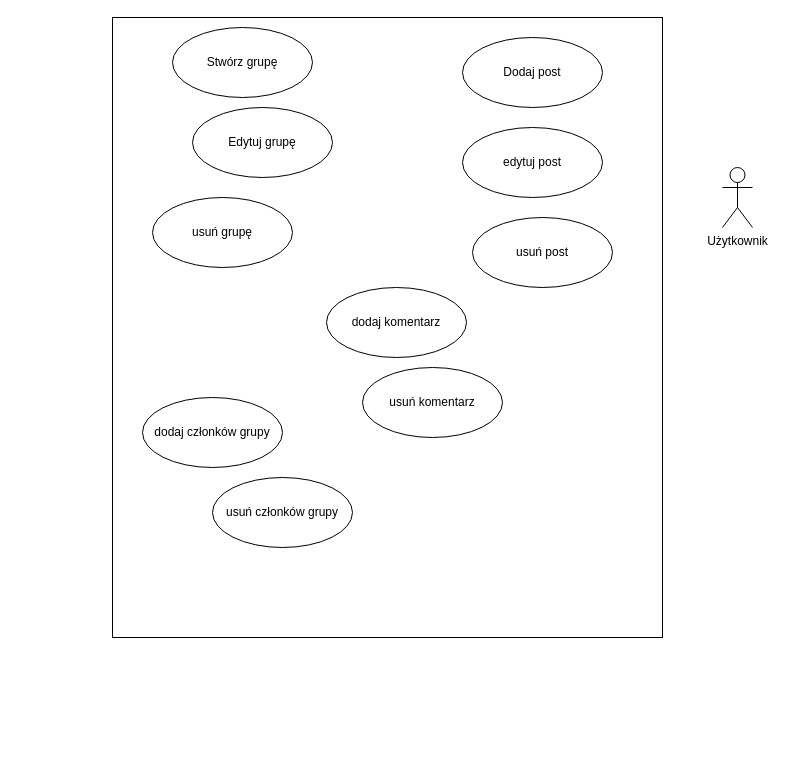
Above: page "Przypadki użycia grupy posty" (3 of 4) of mwo_lokalni_app.drawio in Haltie13/lokalni_app (draw.io), before the change. Source tidied: cells renumbered, new cells numbered last; positions are measured from the earlier drawing's top-left corner, leaving out a move shared by most shapes. Both pictures are drawn from the tidied source at 100%, with x=0, y=0 at pixel (112, 17).
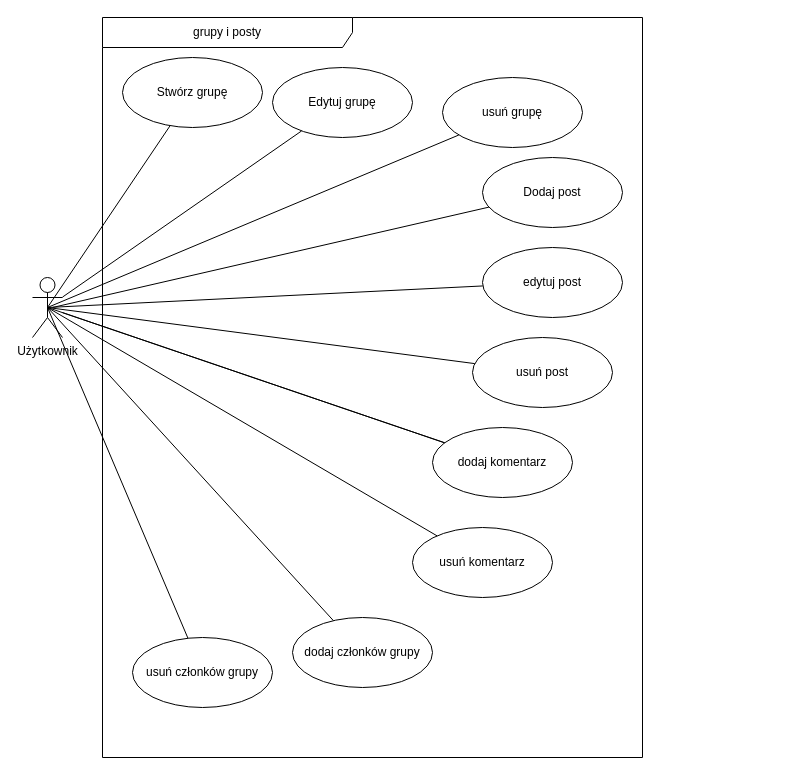
After the change.

Change to the diagram source:
```diff
@@
-    <mxCell id="2" style="rounded=0;whiteSpace=wrap;html=1;" parent="1" vertex="1">
-      <mxGeometry width="550" height="620" as="geometry" />
-    </mxCell>
     <mxCell id="3" value="Użytkownik" style="shape=umlActor;verticalLabelPosition=bottom;verticalAlign=top;html=1;outlineConnect=0;" parent="1" vertex="1">
-      <mxGeometry x="610" y="150" width="30" height="60" as="geometry" />
+      <mxGeometry x="-80" y="260" width="30" height="60" as="geometry" />
     </mxCell>
     <mxCell id="4" value="Stwórz grupę" style="ellipse;whiteSpace=wrap;html=1;" parent="1" vertex="1">
-      <mxGeometry x="60" y="10" width="140" height="70" as="geometry" />
+      <mxGeometry x="10" y="40" width="140" height="70" as="geometry" />
     </mxCell>
     <mxCell id="5" value="Edytuj grupę" style="ellipse;whiteSpace=wrap;html=1;" parent="1" vertex="1">
-      <mxGeometry x="80" y="90" width="140" height="70" as="geometry" />
+      <mxGeometry x="160" y="50" width="140" height="70" as="geometry" />
     </mxCell>
     <mxCell id="6" value="usuń grupę" style="ellipse;whiteSpace=wrap;html=1;" parent="1" vertex="1">
-      <mxGeometry x="40" y="180" width="140" height="70" as="geometry" />
+      <mxGeometry x="330" y="60" width="140" height="70" as="geometry" />
     </mxCell>
     <mxCell id="7" value="Dodaj post" style="ellipse;whiteSpace=wrap;html=1;" parent="1" vertex="1">
-      <mxGeometry x="350" y="20" width="140" height="70" as="geometry" />
+      <mxGeometry x="370" y="140" width="140" height="70" as="geometry" />
     </mxCell>
     <mxCell id="8" value="edytuj post" style="ellipse;whiteSpace=wrap;html=1;" parent="1" vertex="1">
-      <mxGeometry x="350" y="110" width="140" height="70" as="geometry" />
+      <mxGeometry x="370" y="230" width="140" height="70" as="geometry" />
     </mxCell>
     <mxCell id="9" value="usuń post" style="ellipse;whiteSpace=wrap;html=1;" parent="1" vertex="1">
-      <mxGeometry x="360" y="200" width="140" height="70" as="geometry" />
+      <mxGeometry x="360" y="320" width="140" height="70" as="geometry" />
     </mxCell>
     <mxCell id="10" value="dodaj komentarz" style="ellipse;whiteSpace=wrap;html=1;" parent="1" vertex="1">
-      <mxGeometry x="214" y="270" width="140" height="70" as="geometry" />
+      <mxGeometry x="320" y="410" width="140" height="70" as="geometry" />
     </mxCell>
     <mxCell id="11" value="usuń komentarz" style="ellipse;whiteSpace=wrap;html=1;" parent="1" vertex="1">
-      <mxGeometry x="250" y="350" width="140" height="70" as="geometry" />
+      <mxGeometry x="300" y="510" width="140" height="70" as="geometry" />
     </mxCell>
     <mxCell id="12" value="dodaj członków grupy" style="ellipse;whiteSpace=wrap;html=1;" parent="1" vertex="1">
-      <mxGeometry x="30" y="380" width="140" height="70" as="geometry" />
+      <mxGeometry x="180" y="600" width="140" height="70" as="geometry" />
     </mxCell>
     <mxCell id="13" value="usuń członków grupy" style="ellipse;whiteSpace=wrap;html=1;" parent="1" vertex="1">
-      <mxGeometry x="100" y="460" width="140" height="70" as="geometry" />
+      <mxGeometry x="20" y="620" width="140" height="70" as="geometry" />
     </mxCell>
+    <mxCell id="14" value="grupy i posty" style="shape=umlFrame;whiteSpace=wrap;html=1;width=250;height=30;" parent="1" vertex="1">
+      <mxGeometry x="-10" width="540" height="740" as="geometry" />
+    </mxCell>
+    <mxCell id="15" style="rounded=0;jettySize=auto;html=1;endArrow=none;startFill=0;exitX=0.5;exitY=0.5;exitDx=0;exitDy=0;exitPerimeter=0;" parent="1" edge="1" source="3" target="4">
+      <mxGeometry relative="1" as="geometry" />
+    </mxCell>
+    <mxCell id="16" style="rounded=0;jettySize=auto;html=1;endArrow=none;startFill=0;" parent="1" edge="1" source="3" target="5">
+      <mxGeometry relative="1" as="geometry" />
+    </mxCell>
+    <mxCell id="17" style="rounded=0;jettySize=auto;html=1;endArrow=none;startFill=0;exitX=0.5;exitY=0.5;exitDx=0;exitDy=0;exitPerimeter=0;" parent="1" edge="1" source="3" target="6">
+      <mxGeometry relative="1" as="geometry" />
+    </mxCell>
+    <mxCell id="18" style="rounded=0;jettySize=auto;html=1;endArrow=none;startFill=0;exitX=0.5;exitY=0.5;exitDx=0;exitDy=0;exitPerimeter=0;" parent="1" edge="1" source="3" target="10">
+      <mxGeometry relative="1" as="geometry" />
+    </mxCell>
+    <mxCell id="19" style="rounded=0;jettySize=auto;html=1;endArrow=none;startFill=0;exitX=0.5;exitY=0.5;exitDx=0;exitDy=0;exitPerimeter=0;" parent="1" edge="1" source="3" target="11">
+      <mxGeometry relative="1" as="geometry" />
+    </mxCell>
+    <mxCell id="20" style="rounded=0;jettySize=auto;html=1;endArrow=none;startFill=0;exitX=0.5;exitY=0.5;exitDx=0;exitDy=0;exitPerimeter=0;" parent="1" edge="1" source="3" target="12">
+      <mxGeometry relative="1" as="geometry" />
+    </mxCell>
+    <mxCell id="21" style="rounded=0;jettySize=auto;html=1;endArrow=none;startFill=0;exitX=0.5;exitY=0.5;exitDx=0;exitDy=0;exitPerimeter=0;" parent="1" edge="1" source="3" target="13">
+      <mxGeometry relative="1" as="geometry" />
+    </mxCell>
+    <mxCell id="22" style="rounded=0;jettySize=auto;html=1;endArrow=none;startFill=0;" parent="1" edge="1" source="3" target="10">
+      <mxGeometry relative="1" as="geometry" />
+    </mxCell>
+    <mxCell id="23" style="rounded=0;jettySize=auto;html=1;endArrow=none;startFill=0;exitX=0.5;exitY=0.5;exitDx=0;exitDy=0;exitPerimeter=0;" parent="1" edge="1" source="3" target="8">
+      <mxGeometry relative="1" as="geometry" />
+    </mxCell>
+    <mxCell id="24" style="rounded=0;jettySize=auto;html=1;endArrow=none;startFill=0;" parent="1" edge="1" target="7">
+      <mxGeometry relative="1" as="geometry">
+        <mxPoint x="-60" y="290" as="sourcePoint" />
+      </mxGeometry>
+    </mxCell>
+    <mxCell id="25" style="rounded=0;jettySize=auto;html=1;endArrow=none;startFill=0;exitX=0.5;exitY=0.5;exitDx=0;exitDy=0;exitPerimeter=0;" parent="1" edge="1" source="3" target="9">
+      <mxGeometry relative="1" as="geometry" />
+    </mxCell>
```
